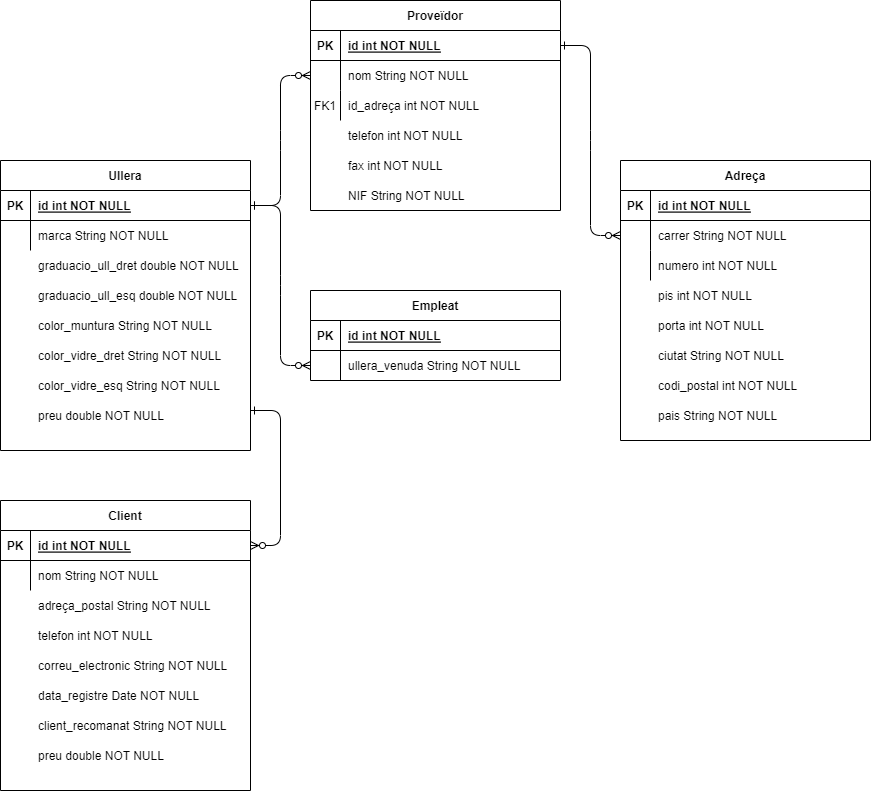
The draw.io diagram optica.png in RaulRuiz1997/it-academy-Sprint02-T03, before a commit. Source tidied: cells renumbered, new cells last; positions are measured from the earlier drawing's top-left corner, leaving out a move shared by most shapes.
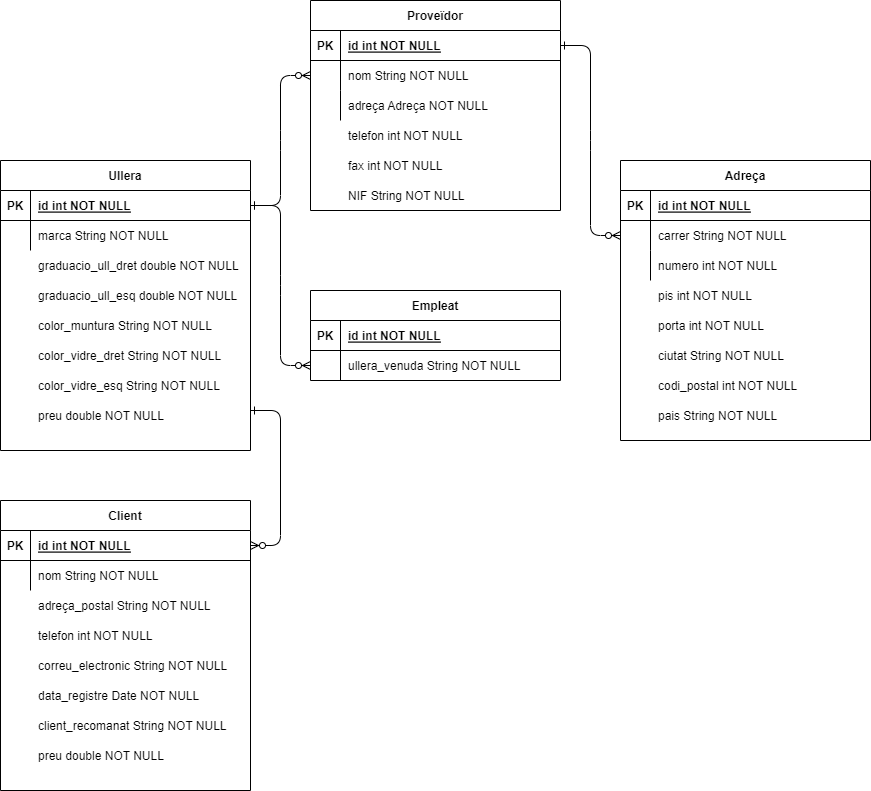
Above is the later version.

Commit message:
modelos mongo pizzeria y optica

Diff of the diagram source:
```diff
@@ -32,10 +32,10 @@
     <mxCell id="11" style="shape=partialRectangle;fillColor=none;top=0;left=0;right=0;bottom=0;" parent="4" vertex="1">
       <mxGeometry y="90" width="250" height="30" as="geometry" />
     </mxCell>
-    <mxCell id="12" value="FK1" style="shape=partialRectangle;overflow=hidden;fillColor=none;top=0;left=0;bottom=0;right=0;" parent="11" vertex="1">
+    <mxCell id="12" style="shape=partialRectangle;overflow=hidden;fillColor=none;top=0;left=0;bottom=0;right=0;" parent="11" vertex="1">
       <mxGeometry width="30" height="30" as="geometry" />
     </mxCell>
-    <mxCell id="13" value="id_adreça int NOT NULL" style="shape=partialRectangle;overflow=hidden;fillColor=none;top=0;left=0;bottom=0;right=0;align=left;spacingLeft=6;" parent="11" vertex="1">
+    <mxCell id="13" value="adreça Adreça NOT NULL" style="shape=partialRectangle;overflow=hidden;fillColor=none;top=0;left=0;bottom=0;right=0;align=left;spacingLeft=6;" parent="11" vertex="1">
       <mxGeometry x="30" width="220" height="30" as="geometry" />
     </mxCell>
     <mxCell id="14" value="Adreça" style="shape=table;startSize=30;rowLines=0;fontStyle=1;align=center;" parent="1" vertex="1">
```
